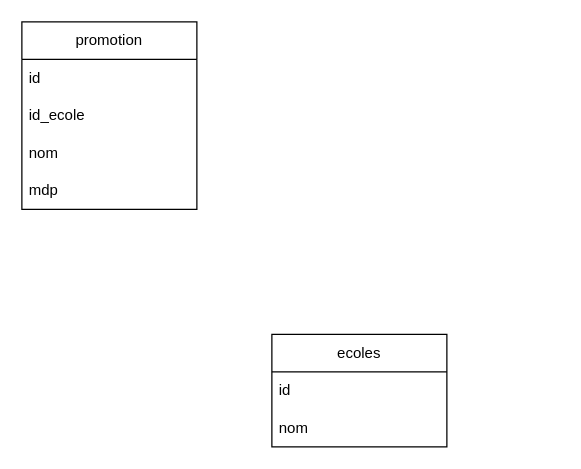
The draw.io diagram connexion_promo_ecole/conception/mcd.drawio in sebMassonCom/etudiants, before the edit. Source tidied: cells renumbered, new cells numbered last; positions are measured from the earlier drawing's top-left corner, leaving out a move shared by most shapes. Both pictures are drawn from the tidied source at 125%, with x=0, y=0 at pixel (21, 21).
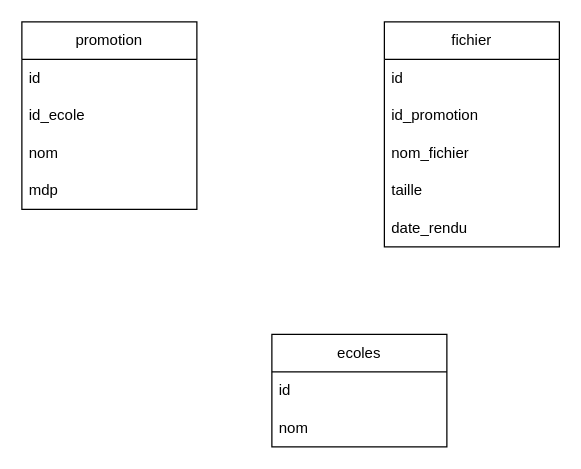
Above is the later version.

Commit message (it also covers changes not shown here):
push des conception avec les fichier de dépôt

What changed in the source:
```diff
@@
 <mxGraphModel>
   <root>
     <mxCell id="0" />
     <mxCell id="1" parent="0" />
     <mxCell id="2" value="ecoles" style="swimlane;fontStyle=0;horizontal=1;startSize=30;whiteSpace=wrap;html=1;" parent="1" vertex="1">
       <mxGeometry x="200" y="250" width="140" height="90" as="geometry" />
     </mxCell>
     <mxCell id="3" value="id" style="text;strokeColor=none;fillColor=none;align=left;verticalAlign=middle;spacingLeft=4;spacingRight=4;overflow=hidden;whiteSpace=wrap;html=1;" parent="2" vertex="1">
       <mxGeometry y="30" width="140" height="30" as="geometry" />
     </mxCell>
     <mxCell id="4" value="nom" style="text;strokeColor=none;fillColor=none;align=left;verticalAlign=middle;spacingLeft=4;spacingRight=4;overflow=hidden;whiteSpace=wrap;html=1;" parent="2" vertex="1">
       <mxGeometry y="60" width="140" height="30" as="geometry" />
     </mxCell>
     <mxCell id="5" value="promotion" style="swimlane;fontStyle=0;horizontal=1;startSize=30;whiteSpace=wrap;html=1;" parent="1" vertex="1">
       <mxGeometry width="140" height="150" as="geometry" />
     </mxCell>
     <mxCell id="6" value="id" style="text;strokeColor=none;fillColor=none;align=left;verticalAlign=middle;spacingLeft=4;spacingRight=4;overflow=hidden;whiteSpace=wrap;html=1;" parent="5" vertex="1">
       <mxGeometry y="30" width="140" height="30" as="geometry" />
     </mxCell>
     <mxCell id="7" value="id_ecole" style="text;strokeColor=none;fillColor=none;align=left;verticalAlign=middle;spacingLeft=4;spacingRight=4;overflow=hidden;whiteSpace=wrap;html=1;" parent="5" vertex="1">
       <mxGeometry y="60" width="140" height="30" as="geometry" />
     </mxCell>
     <mxCell id="8" value="nom" style="text;strokeColor=none;fillColor=none;align=left;verticalAlign=middle;spacingLeft=4;spacingRight=4;overflow=hidden;whiteSpace=wrap;html=1;" parent="5" vertex="1">
       <mxGeometry y="90" width="140" height="30" as="geometry" />
     </mxCell>
     <mxCell id="9" value="mdp" style="text;strokeColor=none;fillColor=none;align=left;verticalAlign=middle;spacingLeft=4;spacingRight=4;overflow=hidden;whiteSpace=wrap;html=1;" parent="5" vertex="1">
       <mxGeometry y="120" width="140" height="30" as="geometry" />
     </mxCell>
+    <mxCell id="10" value="fichier" style="swimlane;fontStyle=0;horizontal=1;startSize=30;whiteSpace=wrap;html=1;" parent="1" vertex="1">
+      <mxGeometry x="290" width="140" height="180" as="geometry" />
+    </mxCell>
+    <mxCell id="11" value="id" style="text;strokeColor=none;fillColor=none;align=left;verticalAlign=middle;spacingLeft=4;spacingRight=4;overflow=hidden;whiteSpace=wrap;html=1;" parent="10" vertex="1">
+      <mxGeometry y="30" width="140" height="30" as="geometry" />
+    </mxCell>
+    <mxCell id="12" value="id_promotion" style="text;strokeColor=none;fillColor=none;align=left;verticalAlign=middle;spacingLeft=4;spacingRight=4;overflow=hidden;whiteSpace=wrap;html=1;" parent="10" vertex="1">
+      <mxGeometry y="60" width="140" height="30" as="geometry" />
+    </mxCell>
+    <mxCell id="13" value="nom_fichier" style="text;strokeColor=none;fillColor=none;align=left;verticalAlign=middle;spacingLeft=4;spacingRight=4;overflow=hidden;whiteSpace=wrap;html=1;" parent="10" vertex="1">
+      <mxGeometry y="90" width="140" height="30" as="geometry" />
+    </mxCell>
+    <mxCell id="14" value="taille" style="text;strokeColor=none;fillColor=none;align=left;verticalAlign=middle;spacingLeft=4;spacingRight=4;overflow=hidden;whiteSpace=wrap;html=1;" parent="10" vertex="1">
+      <mxGeometry y="120" width="140" height="30" as="geometry" />
+    </mxCell>
+    <mxCell id="15" value="date_rendu" style="text;strokeColor=none;fillColor=none;align=left;verticalAlign=middle;spacingLeft=4;spacingRight=4;overflow=hidden;whiteSpace=wrap;html=1;" parent="10" vertex="1">
+      <mxGeometry y="150" width="140" height="30" as="geometry" />
+    </mxCell>
   </root>
 </mxGraphModel>
```
